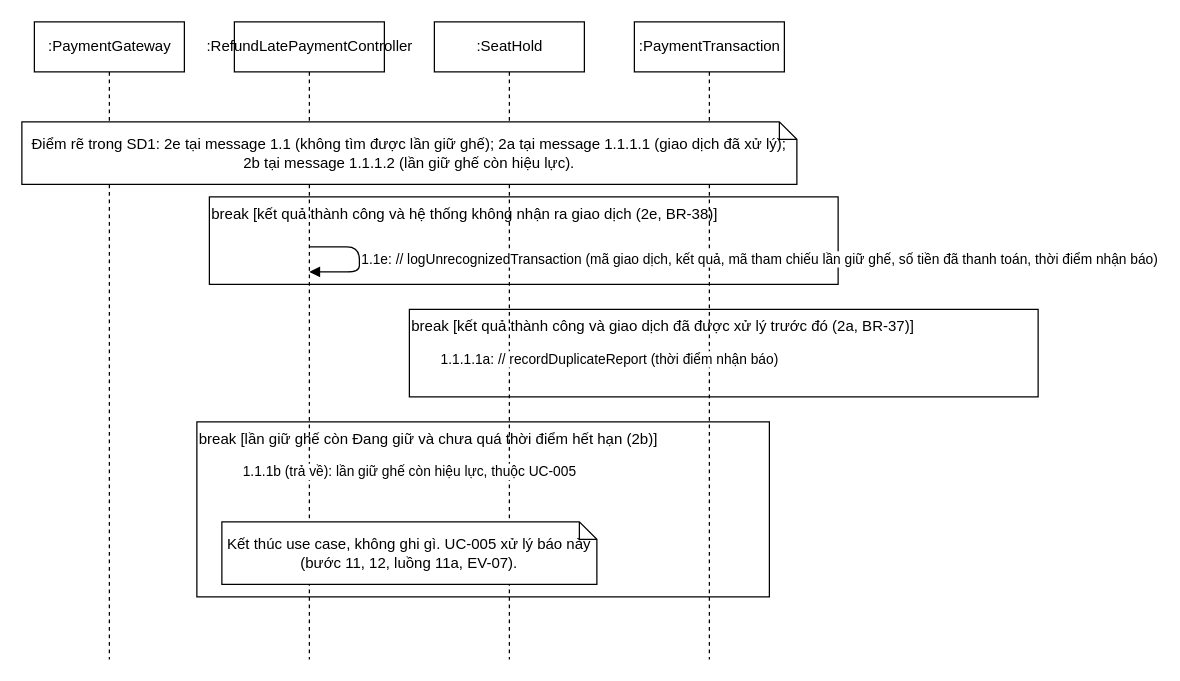
The draw.io diagram page "SD2 - Luồng 2e, 2a và 2b" (2 of 6) of design/diagrams/P07-sequence-UC-006.drawio in luytbq/app-dat-ve-xem-phim, before the edit. Source tidied: cells renumbered, new cells numbered last; positions are measured from the earlier drawing's top-left corner, leaving out a move shared by most shapes. Both pictures are drawn from the tidied source at 125%, with x=0, y=0 at pixel (21, 21).
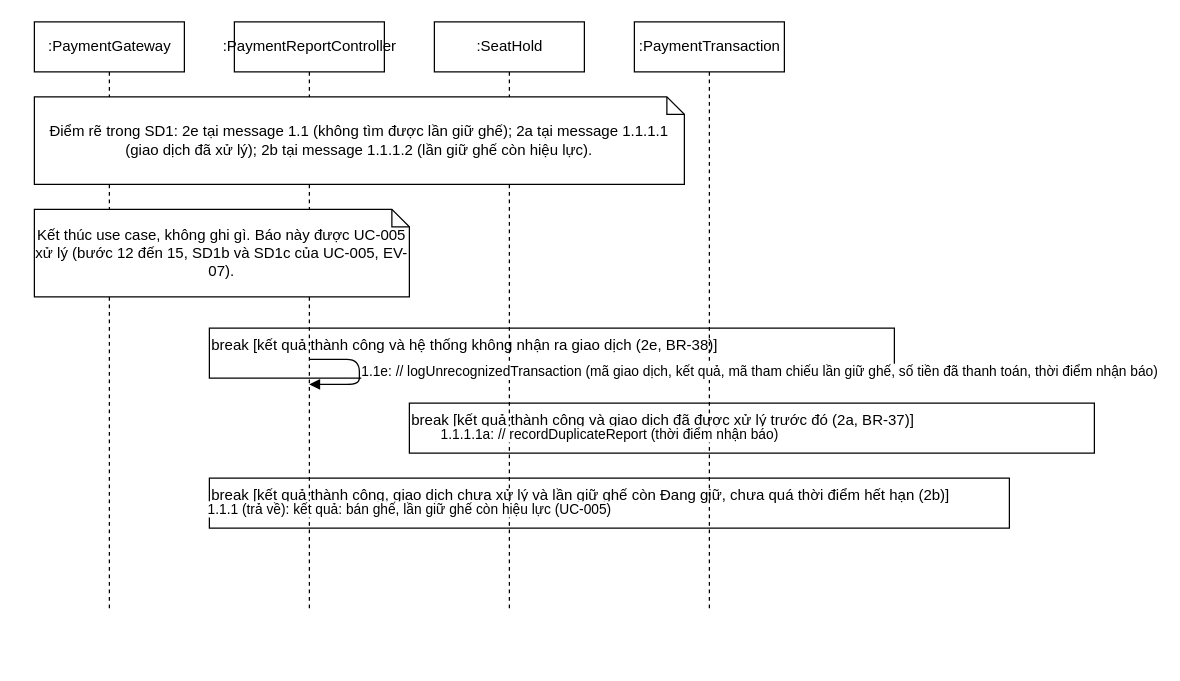
After the change.

The edit, as a diff of the source:
```diff
@@
 <mxGraphModel>
   <root>
     <mxCell id="0" />
     <mxCell id="1" parent="0" />
     <mxCell id="2" value=":PaymentGateway" style="shape=umlLifeline;perimeter=lifelinePerimeter;html=1;" parent="1" vertex="1">
-      <mxGeometry x="10" width="120" height="510" as="geometry" />
+      <mxGeometry x="10" width="120" height="470" as="geometry" />
     </mxCell>
-    <mxCell id="3" value=":RefundLatePaymentController" style="shape=umlLifeline;perimeter=lifelinePerimeter;html=1;" parent="1" vertex="1">
-      <mxGeometry x="170" width="120" height="510" as="geometry" />
-    </mxCell>
+    <mxCell id="14" value=":PaymentReportController" style="shape=umlLifeline;perimeter=lifelinePerimeter;html=1;" parent="1" vertex="1">
+      <mxGeometry x="170" width="120" height="470" as="geometry" />
+    </mxCell>
     <mxCell id="4" value=":SeatHold" style="shape=umlLifeline;perimeter=lifelinePerimeter;html=1;" parent="1" vertex="1">
-      <mxGeometry x="330" width="120" height="510" as="geometry" />
+      <mxGeometry x="330" width="120" height="470" as="geometry" />
     </mxCell>
     <mxCell id="5" value=":PaymentTransaction" style="shape=umlLifeline;perimeter=lifelinePerimeter;html=1;" parent="1" vertex="1">
-      <mxGeometry x="490" width="120" height="510" as="geometry" />
+      <mxGeometry x="490" width="120" height="470" as="geometry" />
     </mxCell>
     <mxCell id="6" value="break [kết quả thành công và hệ thống không nhận ra giao dịch (2e, BR-38)]" style="rounded=0;whiteSpace=wrap;html=1;fillColor=none;align=left;verticalAlign=top;" parent="1" vertex="1">
-      <mxGeometry x="150" y="140" width="503" height="70" as="geometry" />
+      <mxGeometry x="150" y="245" width="548" height="40" as="geometry" />
     </mxCell>
     <mxCell id="7" value="break [kết quả thành công và giao dịch đã được xử lý trước đó (2a, BR-37)]" style="rounded=0;whiteSpace=wrap;html=1;fillColor=none;align=left;verticalAlign=top;" parent="1" vertex="1">
-      <mxGeometry x="310" y="230" width="503" height="70" as="geometry" />
+      <mxGeometry x="310" y="305" width="548" height="40" as="geometry" />
     </mxCell>
-    <mxCell id="8" value="break [lần giữ ghế còn Đang giữ và chưa quá thời điểm hết hạn (2b)]" style="rounded=0;whiteSpace=wrap;html=1;fillColor=none;align=left;verticalAlign=top;" parent="1" vertex="1">
-      <mxGeometry x="140" y="320" width="458" height="140" as="geometry" />
+    <mxCell id="8" value="break [kết quả thành công, giao dịch chưa xử lý và lần giữ ghế còn Đang giữ, chưa quá thời điểm hết hạn (2b)]" style="rounded=0;whiteSpace=wrap;html=1;fillColor=none;align=left;verticalAlign=top;" parent="1" vertex="1">
+      <mxGeometry x="150" y="365" width="640" height="40" as="geometry" />
     </mxCell>
     <mxCell id="9" value="Điểm rẽ trong SD1: 2e tại message 1.1 (không tìm được lần giữ ghế); 2a tại message 1.1.1.1 (giao dịch đã xử lý); 2b tại message 1.1.1.2 (lần giữ ghế còn hiệu lực)." style="shape=note;whiteSpace=wrap;html=1;size=14;" parent="1" vertex="1">
-      <mxGeometry y="80" width="620" height="50" as="geometry" />
+      <mxGeometry x="10" y="60" width="520" height="70" as="geometry" />
     </mxCell>
-    <mxCell id="10" value="Kết thúc use case, không ghi gì. UC-005 xử lý báo này (bước 11, 12, luồng 11a, EV-07)." style="shape=note;whiteSpace=wrap;html=1;size=14;" parent="1" vertex="1">
-      <mxGeometry x="160" y="400" width="300" height="50" as="geometry" />
+    <mxCell id="10" value="Kết thúc use case, không ghi gì. Báo này được UC-005 xử lý (bước 12 đến 15, SD1b và SD1c của UC-005, EV-07)." style="shape=note;whiteSpace=wrap;html=1;size=14;" parent="1" vertex="1">
+      <mxGeometry x="10" y="150" width="300" height="70" as="geometry" />
     </mxCell>
     <mxCell id="11" value="1.1e: // logUnrecognizedTransaction (mã giao dịch, kết quả, mã tham chiếu lần giữ ghế, số tiền đã thanh toán, thời điểm nhận báo)" style="endArrow=block;endFill=1;html=1;align=left;" parent="1" edge="1">
       <mxGeometry relative="1" as="geometry">
-        <mxPoint x="230" y="180" as="sourcePoint" />
-        <mxPoint x="230" y="200" as="targetPoint" />
+        <mxPoint x="230" y="270" as="sourcePoint" />
+        <mxPoint x="230" y="290" as="targetPoint" />
         <Array as="points">
-          <mxPoint x="270" y="180" />
-          <mxPoint x="270" y="200" />
+          <mxPoint x="270" y="270" />
+          <mxPoint x="270" y="290" />
         </Array>
       </mxGeometry>
     </mxCell>
     <mxCell id="12" value="1.1.1.1a: // recordDuplicateReport (thời điểm nhận báo)" style="endArrow=block;endFill=1;html=1;" parent="1" edge="1">
       <mxGeometry relative="1" as="geometry">
-        <mxPoint x="390" y="270" as="sourcePoint" />
-        <mxPoint x="550" y="270" as="targetPoint" />
+        <mxPoint x="390" y="330" as="sourcePoint" />
+        <mxPoint x="550" y="330" as="targetPoint" />
       </mxGeometry>
     </mxCell>
-    <mxCell id="13" value="1.1.1b (trả về): lần giữ ghế còn hiệu lực, thuộc UC-005" style="endArrow=open;dashed=1;html=1;" parent="1" edge="1">
-      <mxGeometry relative="1" as="geometry">
-        <mxPoint x="390" y="360" as="sourcePoint" />
-        <mxPoint x="230" y="360" as="targetPoint" />
-      </mxGeometry>
-    </mxCell>
+    <mxCell id="15" value="1.1.1 (trả về): kết quả: bán ghế, lần giữ ghế còn hiệu lực (UC-005)" style="endArrow=open;dashed=1;html=1;" parent="1" edge="1">
+      <mxGeometry relative="1" as="geometry">
+        <mxPoint x="390" y="390" as="sourcePoint" />
+        <mxPoint x="230" y="390" as="targetPoint" />
+      </mxGeometry>
+    </mxCell>
   </root>
 </mxGraphModel>
```
